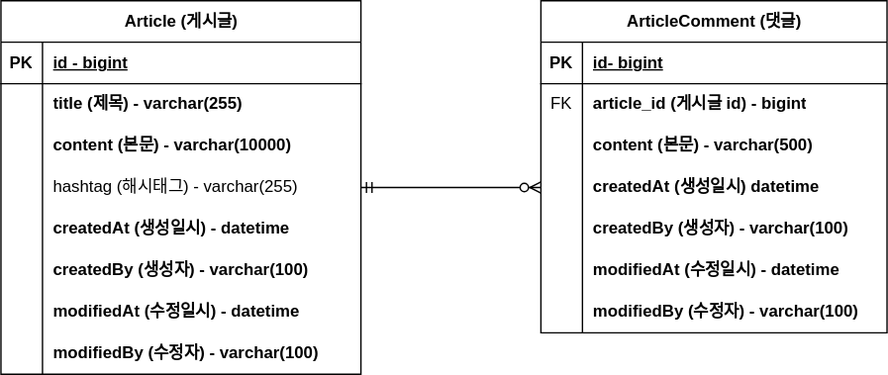
Earlier version of the draw.io export document/project- board-erd.svg (baektmdduq/solo-project-board). Source tidied: cells renumbered, new cells last; positions are measured from the earlier drawing's top-left corner, leaving out a move shared by most shapes.
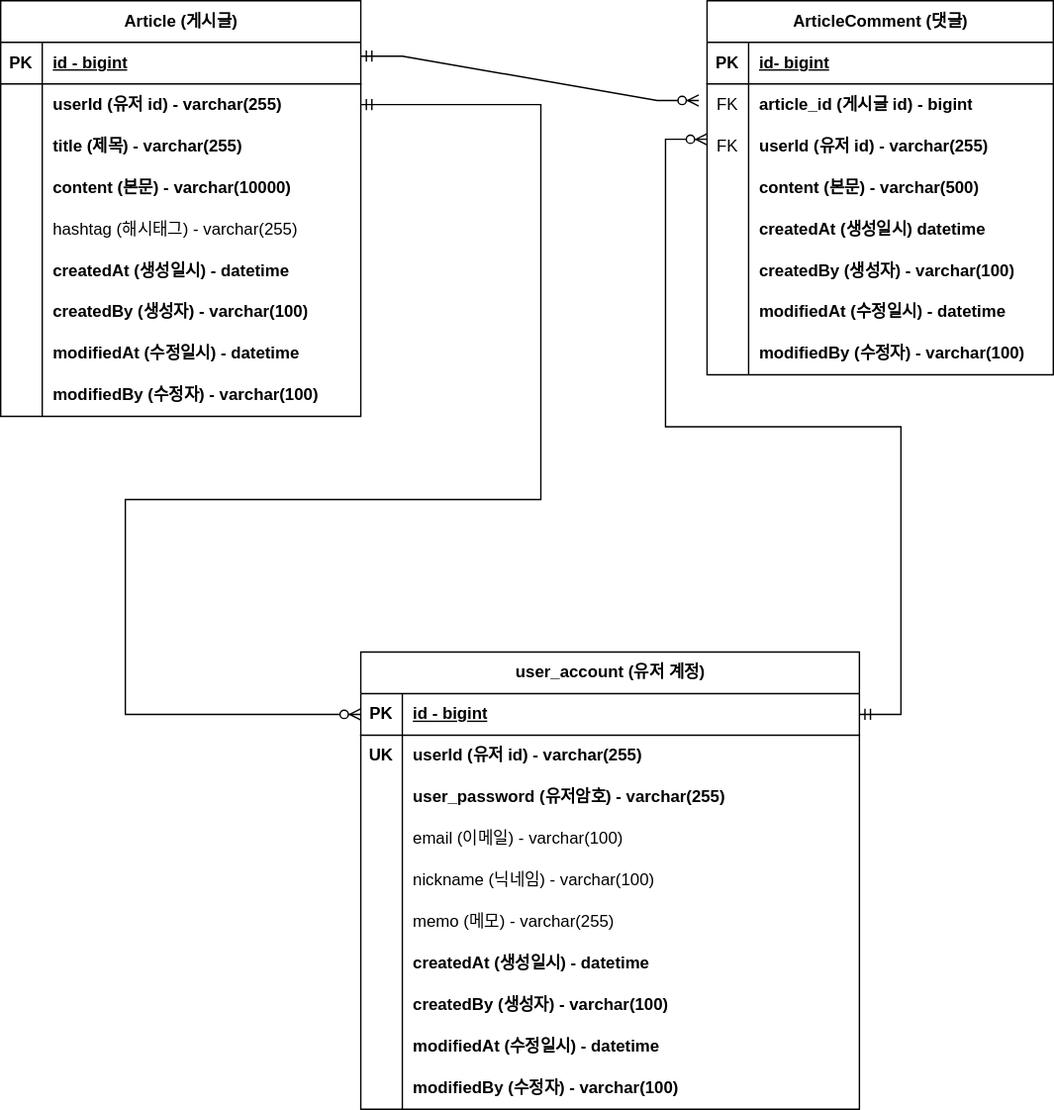
Later version of the same file.

The edit, as a diff of the source:
```diff
@@ -3,7 +3,7 @@
     <mxCell id="0" />
     <mxCell id="1" parent="0" />
     <mxCell id="2" value="Article (게시글)" style="shape=table;startSize=30;rowLines=0;fontStyle=1;align=center;html=1;" parent="1" vertex="1">
-      <mxGeometry width="260" height="270" as="geometry" />
+      <mxGeometry x="-40" width="260" height="300" as="geometry" />
     </mxCell>
     <mxCell id="3" style="shape=tableRow;horizontal=0;startSize=0;swimlaneHead=0;swimlaneBody=0;fillColor=none;top=0;left=0;right=0;bottom=1;" parent="2" vertex="1">
       <mxGeometry y="30" width="260" height="30" as="geometry" />
@@ -20,11 +20,20 @@
     <mxCell id="7" style="shape=partialRectangle;fillColor=none;top=0;left=0;bottom=0;right=0;overflow=hidden;whiteSpace=wrap;html=1;" parent="6" vertex="1">
       <mxGeometry width="30" height="30" as="geometry" />
     </mxCell>
-    <mxCell id="8" value="title (제목) - varchar(255)" style="shape=partialRectangle;fillColor=none;top=0;left=0;bottom=0;right=0;align=left;spacingLeft=6;overflow=hidden;whiteSpace=wrap;html=1;fontStyle=1;" parent="6" vertex="1">
+    <mxCell id="8" value="userId (유저 id) - varchar(255)" style="shape=partialRectangle;fillColor=none;top=0;left=0;bottom=0;right=0;align=left;spacingLeft=6;overflow=hidden;whiteSpace=wrap;html=1;fontStyle=1;" parent="6" vertex="1">
       <mxGeometry x="30" width="230" height="30" as="geometry" />
     </mxCell>
+    <mxCell id="50" style="shape=tableRow;horizontal=0;startSize=0;swimlaneHead=0;swimlaneBody=0;fillColor=none;top=0;left=0;right=0;bottom=0;" parent="2" vertex="1">
+      <mxGeometry y="90" width="260" height="30" as="geometry" />
+    </mxCell>
+    <mxCell id="51" style="shape=partialRectangle;fillColor=none;top=0;left=0;bottom=0;right=0;overflow=hidden;whiteSpace=wrap;html=1;" parent="50" vertex="1">
+      <mxGeometry width="30" height="30" as="geometry" />
+    </mxCell>
+    <mxCell id="52" value="title (제목) - varchar(255)" style="shape=partialRectangle;fillColor=none;top=0;left=0;bottom=0;right=0;align=left;spacingLeft=6;overflow=hidden;whiteSpace=wrap;html=1;fontStyle=1;" parent="50" vertex="1">
+      <mxGeometry x="30" width="230" height="30" as="geometry" />
+    </mxCell>
     <mxCell id="9" style="shape=tableRow;horizontal=0;startSize=0;swimlaneHead=0;swimlaneBody=0;fillColor=none;top=0;left=0;right=0;bottom=0;" parent="2" vertex="1">
-      <mxGeometry y="90" width="260" height="30" as="geometry" />
+      <mxGeometry y="120" width="260" height="30" as="geometry" />
     </mxCell>
     <mxCell id="10" style="shape=partialRectangle;fillColor=none;top=0;left=0;bottom=0;right=0;overflow=hidden;whiteSpace=wrap;html=1;" parent="9" vertex="1">
       <mxGeometry width="30" height="30" as="geometry" />
@@ -33,7 +42,7 @@
       <mxGeometry x="30" width="230" height="30" as="geometry" />
     </mxCell>
     <mxCell id="12" style="shape=tableRow;horizontal=0;startSize=0;swimlaneHead=0;swimlaneBody=0;fillColor=none;points=[[0,0.5],[1,0.5]];portConstraint=eastwest;top=0;left=0;right=0;bottom=0;" parent="2" vertex="1">
-      <mxGeometry y="120" width="260" height="30" as="geometry" />
+      <mxGeometry y="150" width="260" height="30" as="geometry" />
     </mxCell>
     <mxCell id="13" style="shape=partialRectangle;fillColor=none;top=0;left=0;bottom=0;right=0;overflow=hidden;whiteSpace=wrap;html=1;" parent="12" vertex="1">
       <mxGeometry width="30" height="30" as="geometry" />
@@ -42,7 +51,7 @@
       <mxGeometry x="30" width="230" height="30" as="geometry" />
     </mxCell>
     <mxCell id="15" style="shape=tableRow;horizontal=0;startSize=0;swimlaneHead=0;swimlaneBody=0;fillColor=none;top=0;left=0;right=0;bottom=0;" parent="2" vertex="1">
-      <mxGeometry y="150" width="260" height="30" as="geometry" />
+      <mxGeometry y="180" width="260" height="30" as="geometry" />
     </mxCell>
     <mxCell id="16" style="shape=partialRectangle;fillColor=none;top=0;left=0;bottom=0;right=0;overflow=hidden;whiteSpace=wrap;html=1;" parent="15" vertex="1">
       <mxGeometry width="30" height="30" as="geometry" />
@@ -51,7 +60,7 @@
       <mxGeometry x="30" width="230" height="30" as="geometry" />
     </mxCell>
     <mxCell id="18" style="shape=tableRow;horizontal=0;startSize=0;swimlaneHead=0;swimlaneBody=0;fillColor=none;top=0;left=0;right=0;bottom=0;" parent="2" vertex="1">
-      <mxGeometry y="180" width="260" height="30" as="geometry" />
+      <mxGeometry y="210" width="260" height="30" as="geometry" />
     </mxCell>
     <mxCell id="19" style="shape=partialRectangle;fillColor=none;top=0;left=0;bottom=0;right=0;overflow=hidden;whiteSpace=wrap;html=1;" parent="18" vertex="1">
       <mxGeometry width="30" height="30" as="geometry" />
@@ -60,7 +69,7 @@
       <mxGeometry x="30" width="230" height="30" as="geometry" />
     </mxCell>
     <mxCell id="21" style="shape=tableRow;horizontal=0;startSize=0;swimlaneHead=0;swimlaneBody=0;fillColor=none;top=0;left=0;right=0;bottom=0;" parent="2" vertex="1">
-      <mxGeometry y="210" width="260" height="30" as="geometry" />
+      <mxGeometry y="240" width="260" height="30" as="geometry" />
     </mxCell>
     <mxCell id="22" style="shape=partialRectangle;fillColor=none;top=0;left=0;bottom=0;right=0;overflow=hidden;whiteSpace=wrap;html=1;" parent="21" vertex="1">
       <mxGeometry width="30" height="30" as="geometry" />
@@ -69,7 +78,7 @@
       <mxGeometry x="30" width="230" height="30" as="geometry" />
     </mxCell>
     <mxCell id="24" style="shape=tableRow;horizontal=0;startSize=0;swimlaneHead=0;swimlaneBody=0;fillColor=none;top=0;left=0;right=0;bottom=0;" parent="2" vertex="1">
-      <mxGeometry y="240" width="260" height="30" as="geometry" />
+      <mxGeometry y="270" width="260" height="30" as="geometry" />
     </mxCell>
     <mxCell id="25" style="shape=partialRectangle;fillColor=none;top=0;left=0;bottom=0;right=0;overflow=hidden;whiteSpace=wrap;html=1;" parent="24" vertex="1">
       <mxGeometry width="30" height="30" as="geometry" />
@@ -78,7 +87,7 @@
       <mxGeometry x="30" width="230" height="30" as="geometry" />
     </mxCell>
     <mxCell id="27" value="ArticleComment (댓글)" style="shape=table;startSize=30;rowLines=0;fontStyle=1;align=center;html=1;" parent="1" vertex="1">
-      <mxGeometry x="390" width="250" height="240" as="geometry" />
+      <mxGeometry x="470" width="250" height="270" as="geometry" />
     </mxCell>
     <mxCell id="28" style="shape=tableRow;horizontal=0;startSize=0;swimlaneHead=0;swimlaneBody=0;fillColor=none;top=0;left=0;right=0;bottom=1;" parent="27" vertex="1">
       <mxGeometry y="30" width="250" height="30" as="geometry" />
@@ -98,8 +107,17 @@
     <mxCell id="33" value="article_id (게시글 id) - bigint" style="shape=partialRectangle;fillColor=none;top=0;left=0;bottom=0;right=0;align=left;spacingLeft=6;overflow=hidden;whiteSpace=wrap;html=1;fontStyle=1;" parent="31" vertex="1">
       <mxGeometry x="30" width="220" height="30" as="geometry" />
     </mxCell>
+    <mxCell id="53" style="shape=tableRow;horizontal=0;startSize=0;swimlaneHead=0;swimlaneBody=0;fillColor=none;top=0;left=0;right=0;bottom=0;" parent="27" vertex="1">
+      <mxGeometry y="90" width="250" height="30" as="geometry" />
+    </mxCell>
+    <mxCell id="54" value="FK" style="shape=partialRectangle;fillColor=none;top=0;left=0;bottom=0;right=0;overflow=hidden;whiteSpace=wrap;html=1;" parent="53" vertex="1">
+      <mxGeometry width="30" height="30" as="geometry" />
+    </mxCell>
+    <mxCell id="55" value="userId (유저 id) - varchar(255)" style="shape=partialRectangle;fillColor=none;top=0;left=0;bottom=0;right=0;align=left;spacingLeft=6;overflow=hidden;whiteSpace=wrap;html=1;fontStyle=1;" parent="53" vertex="1">
+      <mxGeometry x="30" width="220" height="30" as="geometry" />
+    </mxCell>
     <mxCell id="34" style="shape=tableRow;horizontal=0;startSize=0;swimlaneHead=0;swimlaneBody=0;fillColor=none;top=0;left=0;right=0;bottom=0;" parent="27" vertex="1">
-      <mxGeometry y="90" width="250" height="30" as="geometry" />
+      <mxGeometry y="120" width="250" height="30" as="geometry" />
     </mxCell>
     <mxCell id="35" style="shape=partialRectangle;fillColor=none;top=0;left=0;bottom=0;right=0;overflow=hidden;whiteSpace=wrap;html=1;" parent="34" vertex="1">
       <mxGeometry width="30" height="30" as="geometry" />
@@ -108,7 +126,7 @@
       <mxGeometry x="30" width="220" height="30" as="geometry" />
     </mxCell>
     <mxCell id="37" style="shape=tableRow;horizontal=0;startSize=0;swimlaneHead=0;swimlaneBody=0;fillColor=none;points=[[0,0.5],[1,0.5]];portConstraint=eastwest;top=0;left=0;right=0;bottom=0;" parent="27" vertex="1">
-      <mxGeometry y="120" width="250" height="30" as="geometry" />
+      <mxGeometry y="150" width="250" height="30" as="geometry" />
     </mxCell>
     <mxCell id="38" style="shape=partialRectangle;fillColor=none;top=0;left=0;bottom=0;right=0;overflow=hidden;whiteSpace=wrap;html=1;" parent="37" vertex="1">
       <mxGeometry width="30" height="30" as="geometry" />
@@ -117,7 +135,7 @@
       <mxGeometry x="30" width="220" height="30" as="geometry" />
     </mxCell>
     <mxCell id="40" style="shape=tableRow;horizontal=0;startSize=0;swimlaneHead=0;swimlaneBody=0;fillColor=none;top=0;left=0;right=0;bottom=0;" parent="27" vertex="1">
-      <mxGeometry y="150" width="250" height="30" as="geometry" />
+      <mxGeometry y="180" width="250" height="30" as="geometry" />
     </mxCell>
     <mxCell id="41" style="shape=partialRectangle;fillColor=none;top=0;left=0;bottom=0;right=0;overflow=hidden;whiteSpace=wrap;html=1;" parent="40" vertex="1">
       <mxGeometry width="30" height="30" as="geometry" />
@@ -126,7 +144,7 @@
       <mxGeometry x="30" width="220" height="30" as="geometry" />
     </mxCell>
     <mxCell id="43" style="shape=tableRow;horizontal=0;startSize=0;swimlaneHead=0;swimlaneBody=0;fillColor=none;top=0;left=0;right=0;bottom=0;" parent="27" vertex="1">
-      <mxGeometry y="180" width="250" height="30" as="geometry" />
+      <mxGeometry y="210" width="250" height="30" as="geometry" />
     </mxCell>
     <mxCell id="44" style="shape=partialRectangle;fillColor=none;top=0;left=0;bottom=0;right=0;overflow=hidden;whiteSpace=wrap;html=1;" parent="43" vertex="1">
       <mxGeometry width="30" height="30" as="geometry" />
@@ -135,7 +153,7 @@
       <mxGeometry x="30" width="220" height="30" as="geometry" />
     </mxCell>
     <mxCell id="46" style="shape=tableRow;horizontal=0;startSize=0;swimlaneHead=0;swimlaneBody=0;fillColor=none;top=0;left=0;right=0;bottom=0;" parent="27" vertex="1">
-      <mxGeometry y="210" width="250" height="30" as="geometry" />
+      <mxGeometry y="240" width="250" height="30" as="geometry" />
     </mxCell>
     <mxCell id="47" style="shape=partialRectangle;fillColor=none;top=0;left=0;bottom=0;right=0;overflow=hidden;whiteSpace=wrap;html=1;" parent="46" vertex="1">
       <mxGeometry width="30" height="30" as="geometry" />
@@ -143,8 +161,124 @@
     <mxCell id="48" value="modifiedBy (수정자) - varchar(100)" style="shape=partialRectangle;fillColor=none;top=0;left=0;bottom=0;right=0;align=left;spacingLeft=6;overflow=hidden;whiteSpace=wrap;html=1;fontStyle=1;" parent="46" vertex="1">
       <mxGeometry x="30" width="220" height="30" as="geometry" />
     </mxCell>
-    <mxCell id="49" style="edgeStyle=entityRelationEdgeStyle;fontSize=12;html=1;endArrow=ERzeroToMany;startArrow=ERmandOne;rounded=0;exitX=1;exitY=0.5;exitDx=0;exitDy=0;entryX=0;entryY=0.5;entryDx=0;entryDy=0;" parent="1" edge="1" source="12" target="37">
-      <mxGeometry relative="1" as="geometry" />
+    <mxCell id="49" style="edgeStyle=entityRelationEdgeStyle;fontSize=12;html=1;endArrow=ERzeroToMany;startArrow=ERmandOne;rounded=0;exitX=1;exitY=0.5;exitDx=0;exitDy=0;entryX=-0.024;entryY=0.4;entryDx=0;entryDy=0;entryPerimeter=0;" parent="1" edge="1" target="31">
+      <mxGeometry relative="1" as="geometry">
+        <mxPoint x="220" y="40" as="sourcePoint" />
+      </mxGeometry>
     </mxCell>
+    <mxCell id="56" value="user_account (유저 계정)" style="shape=table;startSize=30;rowLines=0;fontStyle=1;align=center;html=1;" parent="1" vertex="1">
+      <mxGeometry x="220" y="470" width="360" height="330" as="geometry" />
+    </mxCell>
+    <mxCell id="57" style="shape=tableRow;horizontal=0;startSize=0;swimlaneHead=0;swimlaneBody=0;fillColor=none;points=[[0,0.5],[1,0.5]];portConstraint=eastwest;top=0;left=0;right=0;bottom=1;" parent="56" vertex="1">
+      <mxGeometry y="30" width="360" height="30" as="geometry" />
+    </mxCell>
+    <mxCell id="58" value="PK" style="shape=partialRectangle;fillColor=none;top=0;left=0;bottom=0;right=0;fontStyle=1;overflow=hidden;whiteSpace=wrap;html=1;" parent="57" vertex="1">
+      <mxGeometry width="30" height="30" as="geometry" />
+    </mxCell>
+    <mxCell id="59" value="id - bigint" style="shape=partialRectangle;fillColor=none;top=0;left=0;bottom=0;right=0;align=left;spacingLeft=6;fontStyle=5;overflow=hidden;whiteSpace=wrap;html=1;" parent="57" vertex="1">
+      <mxGeometry x="30" width="330" height="30" as="geometry" />
+    </mxCell>
+    <mxCell id="60" style="shape=tableRow;horizontal=0;startSize=0;swimlaneHead=0;swimlaneBody=0;fillColor=none;top=0;left=0;right=0;bottom=0;" parent="56" vertex="1">
+      <mxGeometry y="60" width="360" height="30" as="geometry" />
+    </mxCell>
+    <mxCell id="61" value="&lt;b&gt;UK&lt;/b&gt;" style="shape=partialRectangle;fillColor=none;top=0;left=0;bottom=0;right=0;overflow=hidden;whiteSpace=wrap;html=1;" parent="60" vertex="1">
+      <mxGeometry width="30" height="30" as="geometry" />
+    </mxCell>
+    <mxCell id="62" value="userId (유저 id) - varchar(255)" style="shape=partialRectangle;fillColor=none;top=0;left=0;bottom=0;right=0;align=left;spacingLeft=6;overflow=hidden;whiteSpace=wrap;html=1;fontStyle=1;" parent="60" vertex="1">
+      <mxGeometry x="30" width="330" height="30" as="geometry" />
+    </mxCell>
+    <mxCell id="63" style="shape=tableRow;horizontal=0;startSize=0;swimlaneHead=0;swimlaneBody=0;fillColor=none;top=0;left=0;right=0;bottom=0;" parent="56" vertex="1">
+      <mxGeometry y="90" width="360" height="30" as="geometry" />
+    </mxCell>
+    <mxCell id="64" style="shape=partialRectangle;fillColor=none;top=0;left=0;bottom=0;right=0;overflow=hidden;whiteSpace=wrap;html=1;" parent="63" vertex="1">
+      <mxGeometry width="30" height="30" as="geometry" />
+    </mxCell>
+    <mxCell id="65" value="user_password (유저암호) - varchar(255)" style="shape=partialRectangle;fillColor=none;top=0;left=0;bottom=0;right=0;align=left;spacingLeft=6;overflow=hidden;whiteSpace=wrap;html=1;fontStyle=1;" parent="63" vertex="1">
+      <mxGeometry x="30" width="330" height="30" as="geometry" />
+    </mxCell>
+    <mxCell id="66" style="shape=tableRow;horizontal=0;startSize=0;swimlaneHead=0;swimlaneBody=0;fillColor=none;top=0;left=0;right=0;bottom=0;" parent="56" vertex="1">
+      <mxGeometry y="120" width="360" height="30" as="geometry" />
+    </mxCell>
+    <mxCell id="67" style="shape=partialRectangle;fillColor=none;top=0;left=0;bottom=0;right=0;overflow=hidden;whiteSpace=wrap;html=1;" parent="66" vertex="1">
+      <mxGeometry width="30" height="30" as="geometry" />
+    </mxCell>
+    <mxCell id="68" value="email (이메일) - varchar(100)" style="shape=partialRectangle;fillColor=none;top=0;left=0;bottom=0;right=0;align=left;spacingLeft=6;overflow=hidden;whiteSpace=wrap;html=1;" parent="66" vertex="1">
+      <mxGeometry x="30" width="330" height="30" as="geometry" />
+    </mxCell>
+    <mxCell id="69" style="shape=tableRow;horizontal=0;startSize=0;swimlaneHead=0;swimlaneBody=0;fillColor=none;top=0;left=0;right=0;bottom=0;" parent="56" vertex="1">
+      <mxGeometry y="150" width="360" height="30" as="geometry" />
+    </mxCell>
+    <mxCell id="70" style="shape=partialRectangle;fillColor=none;top=0;left=0;bottom=0;right=0;overflow=hidden;whiteSpace=wrap;html=1;" parent="69" vertex="1">
+      <mxGeometry width="30" height="30" as="geometry" />
+    </mxCell>
+    <mxCell id="71" value="nickname (닉네임) - varchar(100)" style="shape=partialRectangle;fillColor=none;top=0;left=0;bottom=0;right=0;align=left;spacingLeft=6;overflow=hidden;whiteSpace=wrap;html=1;" parent="69" vertex="1">
+      <mxGeometry x="30" width="330" height="30" as="geometry" />
+    </mxCell>
+    <mxCell id="72" style="shape=tableRow;horizontal=0;startSize=0;swimlaneHead=0;swimlaneBody=0;fillColor=none;top=0;left=0;right=0;bottom=0;" parent="56" vertex="1">
+      <mxGeometry y="180" width="360" height="30" as="geometry" />
+    </mxCell>
+    <mxCell id="73" style="shape=partialRectangle;fillColor=none;top=0;left=0;bottom=0;right=0;overflow=hidden;whiteSpace=wrap;html=1;" parent="72" vertex="1">
+      <mxGeometry width="30" height="30" as="geometry" />
+    </mxCell>
+    <mxCell id="74" value="memo (메모) - varchar(255)" style="shape=partialRectangle;fillColor=none;top=0;left=0;bottom=0;right=0;align=left;spacingLeft=6;overflow=hidden;whiteSpace=wrap;html=1;" parent="72" vertex="1">
+      <mxGeometry x="30" width="330" height="30" as="geometry" />
+    </mxCell>
+    <mxCell id="75" style="shape=tableRow;horizontal=0;startSize=0;swimlaneHead=0;swimlaneBody=0;fillColor=none;top=0;left=0;right=0;bottom=0;" parent="56" vertex="1">
+      <mxGeometry y="210" width="360" height="30" as="geometry" />
+    </mxCell>
+    <mxCell id="76" style="shape=partialRectangle;fillColor=none;top=0;left=0;bottom=0;right=0;overflow=hidden;whiteSpace=wrap;html=1;" parent="75" vertex="1">
+      <mxGeometry width="30" height="30" as="geometry" />
+    </mxCell>
+    <mxCell id="77" value="createdAt (생성일시) - datetime" style="shape=partialRectangle;fillColor=none;top=0;left=0;bottom=0;right=0;align=left;spacingLeft=6;overflow=hidden;whiteSpace=wrap;html=1;fontStyle=1;" parent="75" vertex="1">
+      <mxGeometry x="30" width="330" height="30" as="geometry" />
+    </mxCell>
+    <mxCell id="78" style="shape=tableRow;horizontal=0;startSize=0;swimlaneHead=0;swimlaneBody=0;fillColor=none;top=0;left=0;right=0;bottom=0;" parent="56" vertex="1">
+      <mxGeometry y="240" width="360" height="30" as="geometry" />
+    </mxCell>
+    <mxCell id="79" style="shape=partialRectangle;fillColor=none;top=0;left=0;bottom=0;right=0;overflow=hidden;whiteSpace=wrap;html=1;" parent="78" vertex="1">
+      <mxGeometry width="30" height="30" as="geometry" />
+    </mxCell>
+    <mxCell id="80" value="createdBy (생성자) - varchar(100)" style="shape=partialRectangle;fillColor=none;top=0;left=0;bottom=0;right=0;align=left;spacingLeft=6;overflow=hidden;whiteSpace=wrap;html=1;fontStyle=1;" parent="78" vertex="1">
+      <mxGeometry x="30" width="330" height="30" as="geometry" />
+    </mxCell>
+    <mxCell id="81" style="shape=tableRow;horizontal=0;startSize=0;swimlaneHead=0;swimlaneBody=0;fillColor=none;top=0;left=0;right=0;bottom=0;" parent="56" vertex="1">
+      <mxGeometry y="270" width="360" height="30" as="geometry" />
+    </mxCell>
+    <mxCell id="82" style="shape=partialRectangle;fillColor=none;top=0;left=0;bottom=0;right=0;overflow=hidden;whiteSpace=wrap;html=1;" parent="81" vertex="1">
+      <mxGeometry width="30" height="30" as="geometry" />
+    </mxCell>
+    <mxCell id="83" value="modifiedAt (수정일시) - datetime" style="shape=partialRectangle;fillColor=none;top=0;left=0;bottom=0;right=0;align=left;spacingLeft=6;overflow=hidden;whiteSpace=wrap;html=1;fontStyle=1;" parent="81" vertex="1">
+      <mxGeometry x="30" width="330" height="30" as="geometry" />
+    </mxCell>
+    <mxCell id="84" style="shape=tableRow;horizontal=0;startSize=0;swimlaneHead=0;swimlaneBody=0;fillColor=none;top=0;left=0;right=0;bottom=0;" parent="56" vertex="1">
+      <mxGeometry y="300" width="360" height="30" as="geometry" />
+    </mxCell>
+    <mxCell id="85" style="shape=partialRectangle;fillColor=none;top=0;left=0;bottom=0;right=0;overflow=hidden;whiteSpace=wrap;html=1;" parent="84" vertex="1">
+      <mxGeometry width="30" height="30" as="geometry" />
+    </mxCell>
+    <mxCell id="86" value="modifiedBy (수정자) - varchar(100)" style="shape=partialRectangle;fillColor=none;top=0;left=0;bottom=0;right=0;align=left;spacingLeft=6;overflow=hidden;whiteSpace=wrap;html=1;fontStyle=1;" parent="84" vertex="1">
+      <mxGeometry x="30" width="330" height="30" as="geometry" />
+    </mxCell>
+    <mxCell id="87" style="edgeStyle=entityRelationEdgeStyle;fontSize=12;html=1;endArrow=ERzeroToMany;startArrow=ERmandOne;rounded=0;entryX=0;entryY=0.5;entryDx=0;entryDy=0;exitX=1;exitY=0.5;exitDx=0;exitDy=0;" parent="1" edge="1" source="57">
+      <mxGeometry relative="1" as="geometry">
+        <mxPoint x="470" y="100" as="targetPoint" />
+        <Array as="points">
+          <mxPoint x="270" y="335" />
+          <mxPoint x="350" y="275" />
+          <mxPoint x="310" y="345" />
+          <mxPoint x="270" y="115" />
+        </Array>
+      </mxGeometry>
+    </mxCell>
+    <mxCell id="88" style="edgeStyle=orthogonalEdgeStyle;fontSize=12;html=1;endArrow=ERzeroToMany;startArrow=ERmandOne;rounded=0;exitX=1;exitY=0.5;exitDx=0;exitDy=0;entryX=0;entryY=0.5;entryDx=0;entryDy=0;elbow=vertical;" parent="1" edge="1" source="6" target="57">
+      <mxGeometry relative="1" as="geometry">
+        <Array as="points">
+          <mxPoint x="350" y="75" />
+          <mxPoint x="350" y="360" />
+          <mxPoint x="50" y="360" />
+          <mxPoint x="50" y="515" />
+        </Array>
+      </mxGeometry>
+    </mxCell>
   </root>
 </mxGraphModel>
```
